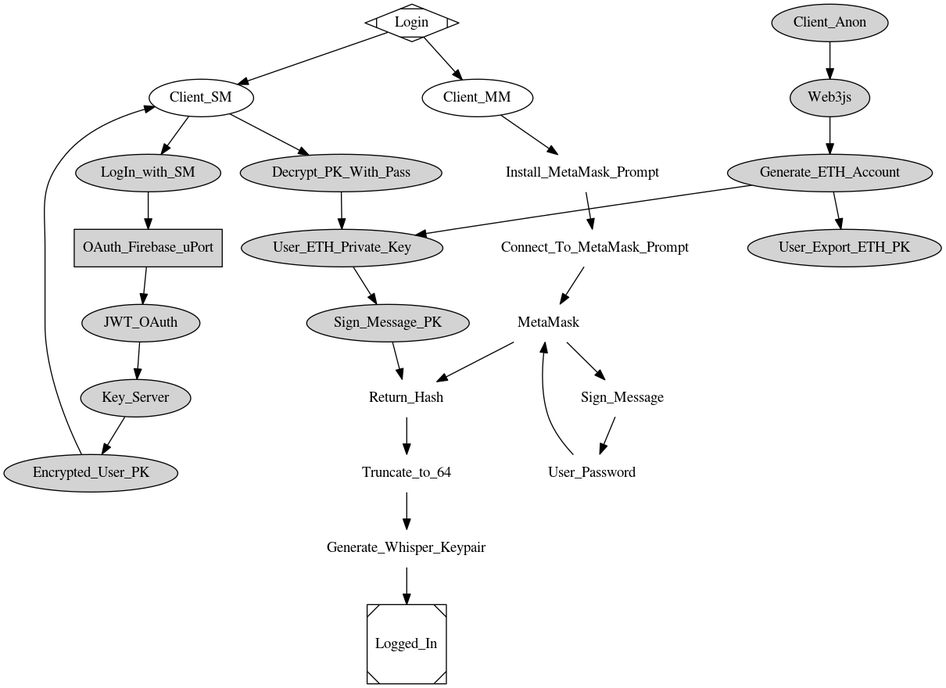
gitter-badger/Dawn-Transfer keeps this Graphviz diagram as graphs/login.png. Above is the earlier version. Its source is kept beside it as graphs/login.dot.
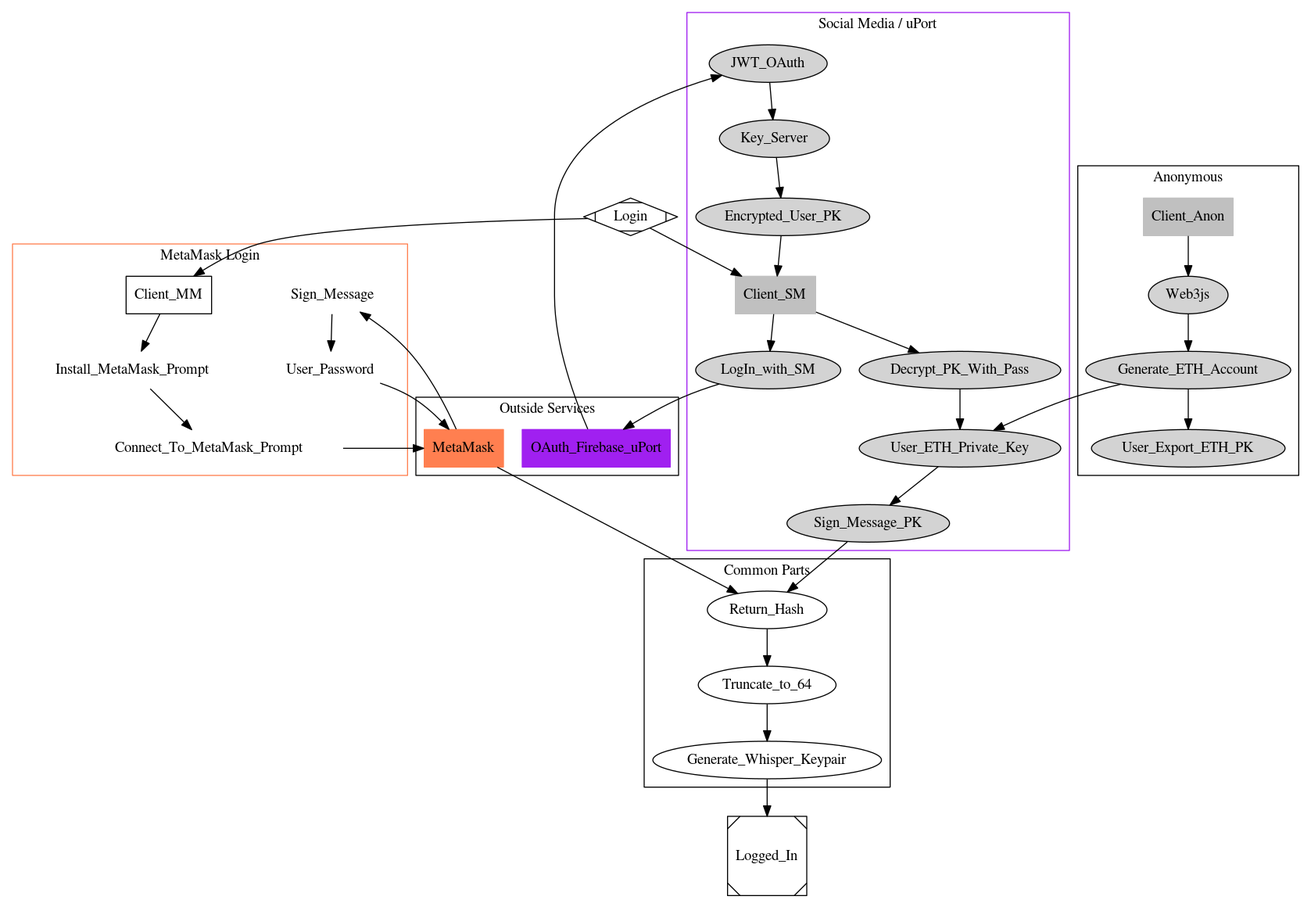
After the commit.

Commit message:
Add refactored login graph

Change to the diagram source:
```diff
@@ -1,43 +1,57 @@
-digraph Login {
-    Login -> Client_MM
-    subgraph metamask {
+digraph G {
+
+    Login [shape=Mdiamond];
+    Logged_In [shape=Msquare];
+
+    Login -> Client_MM;
+    Login -> Client_SM;
+
+    subgraph cluster0 {
+        label = "Outside Services";
+        MetaMask [shape=box,color=coral,style=filled];
+        OAuth_Firebase_uPort [shape=box,style=filled,color=purple];
+    }
+
+    subgraph cluster1 {
+        label = "Common Parts";
+        Return_Hash -> Truncate_to_64;
+        Truncate_to_64 -> Generate_Whisper_Keypair;
+    }
+
+    subgraph cluster2 {
+        label = "MetaMask Login";
         node [style=filled,color=white];
-        style=filled;
-        color=red;
-        Client_MM[style=box];
+        color=coral;
+        Client_MM[shape=box,color=black];
         Client_MM -> Install_MetaMask_Prompt -> Connect_To_MetaMask_Prompt -> MetaMask;
         MetaMask -> Sign_Message -> User_Password -> MetaMask;
-        MetaMask -> Return_Hash -> Truncate_to_64;
-        Truncate_to_64 -> Generate_Whisper_Keypair;
-        label = "MetaMask Login";
+        MetaMask -> Return_Hash;
     }
 
-    Login -> Client_SM
-    subgraph socialMedia {
+    subgraph cluster3 {
+        label = "Social Media / uPort";
         node [style=filled];
+        color=purple;
+        Client_SM [shape=box,style=filled,color=grey]
         Client_SM -> LogIn_with_SM -> OAuth_Firebase_uPort;
         OAuth_Firebase_uPort -> JWT_OAuth -> Key_Server;
         Key_Server -> Encrypted_User_PK -> Client_SM;
         Client_SM -> Decrypt_PK_With_Pass -> User_ETH_Private_Key;
         User_ETH_Private_Key -> Sign_Message_PK -> Return_Hash;
-        label = "Social Media/ uPort";
-        color=blue
     }
 
-    subgraph anon {
+    subgraph cluster4 {
         node [style=filled];
+        Client_Anon [shape=box,style=filled,color=grey];
         Client_Anon -> Web3js -> Generate_ETH_Account;
         Generate_ETH_Account -> User_ETH_Private_Key;
         Generate_ETH_Account -> User_Export_ETH_PK
         label = "Anonymous";
-        color=coral;
+        color=black;
+    }
 
-    }
+
+
     Generate_Whisper_Keypair -> Logged_In;
 
-    MetaMask [shape=box];
-    OAuth_Firebase_uPort [shape=box];
-
-    Login [shape=Mdiamond];
-    Logged_In [shape=Msquare];
 }
```
